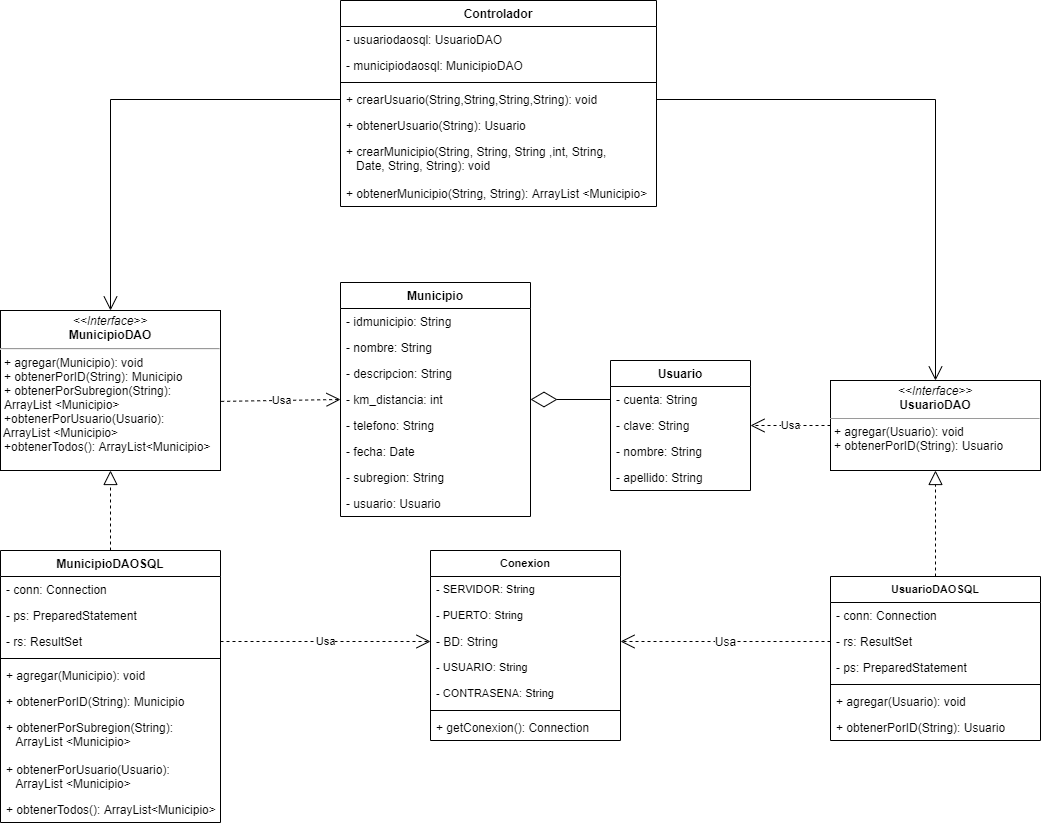
Andres0x90/WebMunicipiosTuristicos keeps this draw.io diagram as diagrama de clases.png. Above is the earlier version. Source tidied: cells renumbered, new cells last; positions are measured from the earlier drawing's top-left corner, leaving out a move shared by most shapes.
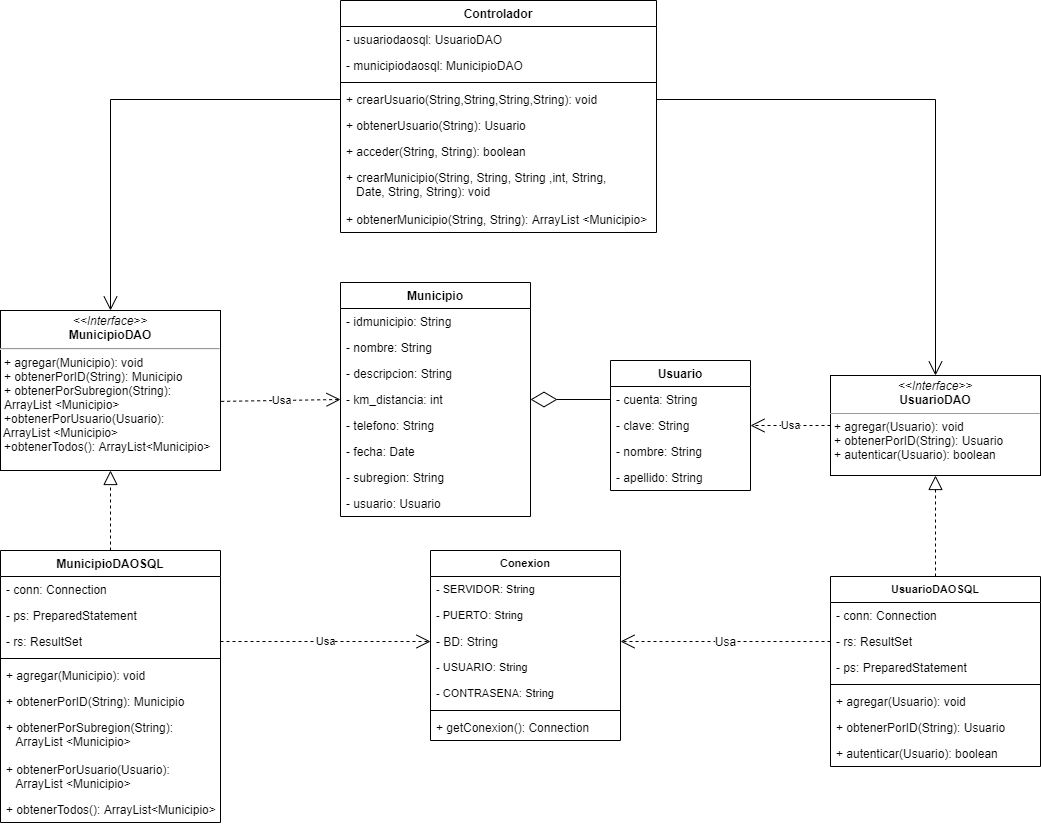
The same file after the commit.

Commit message:
Diagrama de clases modificado V2

The edit, as a diff of the source:
```diff
@@ -50,8 +50,8 @@
     <mxCell id="17" value="Usa" style="endArrow=open;endSize=12;dashed=1;html=1;exitX=1.003;exitY=0.568;exitDx=0;exitDy=0;exitPerimeter=0;entryX=0;entryY=0.5;entryDx=0;entryDy=0;" parent="1" edge="1" source="11" target="6">
       <mxGeometry relative="1" as="geometry" />
     </mxCell>
-    <mxCell id="18" value="&lt;p style=&quot;margin: 0px ; margin-top: 4px ; text-align: center&quot;&gt;&lt;i&gt;&amp;lt;&amp;lt;Interface&amp;gt;&amp;gt;&lt;/i&gt;&lt;br&gt;&lt;b&gt;UsuarioDAO&lt;/b&gt;&lt;/p&gt;&lt;hr size=&quot;1&quot;&gt;&lt;p style=&quot;margin: 0px ; margin-left: 4px&quot;&gt;+ agregar(Usuario): void&lt;br&gt;+ obtenerPorID(String): Usuario&lt;/p&gt;" style="verticalAlign=top;align=left;overflow=fill;fontSize=12;fontFamily=Helvetica;html=1;" parent="1" vertex="1">
-      <mxGeometry x="830" y="380" width="210" height="90" as="geometry" />
+    <mxCell id="18" value="&lt;p style=&quot;margin: 0px ; margin-top: 4px ; text-align: center&quot;&gt;&lt;i&gt;&amp;lt;&amp;lt;Interface&amp;gt;&amp;gt;&lt;/i&gt;&lt;br&gt;&lt;b&gt;UsuarioDAO&lt;/b&gt;&lt;/p&gt;&lt;hr size=&quot;1&quot;&gt;&lt;p style=&quot;margin: 0px ; margin-left: 4px&quot;&gt;+ agregar(Usuario): void&lt;br&gt;+ obtenerPorID(String): Usuario&lt;/p&gt;&lt;p style=&quot;margin: 0px ; margin-left: 4px&quot;&gt;+ autenticar(Usuario): boolean&lt;/p&gt;" style="verticalAlign=top;align=left;overflow=fill;fontSize=12;fontFamily=Helvetica;html=1;" parent="1" vertex="1">
+      <mxGeometry x="830" y="375" width="210" height="100" as="geometry" />
     </mxCell>
     <mxCell id="19" value="MunicipioDAOSQL" style="swimlane;fontStyle=1;horizontal=1;startSize=26;fillColor=none;" parent="1" vertex="1">
       <mxGeometry y="550" width="220" height="272" as="geometry" />
@@ -120,7 +120,7 @@
       <mxGeometry relative="1" as="geometry" />
     </mxCell>
     <mxCell id="41" value="UsuarioDAOSQL" style="swimlane;fontStyle=1;align=center;verticalAlign=top;horizontal=1;startSize=26;fontSize=11;" parent="1" vertex="1">
-      <mxGeometry x="830" y="576" width="210" height="164" as="geometry" />
+      <mxGeometry x="830" y="576" width="210" height="190" as="geometry" />
     </mxCell>
     <mxCell id="42" value="- conn: Connection" style="text;strokeColor=none;fillColor=none;align=left;verticalAlign=top;spacingLeft=4;spacingRight=4;overflow=hidden;fontSize=12;" parent="41" vertex="1">
       <mxGeometry y="26" width="210" height="26" as="geometry" />
@@ -140,6 +140,9 @@
     <mxCell id="47" value="+ obtenerPorID(String): Usuario" style="text;strokeColor=none;fillColor=none;align=left;verticalAlign=top;spacingLeft=4;spacingRight=4;overflow=hidden;fontSize=12;" parent="41" vertex="1">
       <mxGeometry y="138" width="210" height="26" as="geometry" />
     </mxCell>
+    <mxCell id="60" value="+ autenticar(Usuario): boolean" style="text;strokeColor=none;fillColor=none;align=left;verticalAlign=top;spacingLeft=4;spacingRight=4;overflow=hidden;" parent="41" vertex="1">
+      <mxGeometry y="164" width="210" height="26" as="geometry" />
+    </mxCell>
     <mxCell id="48" style="endArrow=block;dashed=1;endFill=0;endSize=12;html=1;fontSize=12;entryX=0.5;entryY=1;entryDx=0;entryDy=0;exitX=0.5;exitY=0;exitDx=0;exitDy=0;" parent="1" edge="1" source="41" target="18">
       <mxGeometry relative="1" as="geometry" />
     </mxCell>
@@ -147,7 +150,7 @@
       <mxGeometry relative="1" as="geometry" />
     </mxCell>
     <mxCell id="50" value="Controlador" style="swimlane;fontStyle=1;align=center;verticalAlign=top;horizontal=1;startSize=26;fontSize=12;" parent="1" vertex="1">
-      <mxGeometry x="340" width="316" height="206" as="geometry" />
+      <mxGeometry x="340" width="316" height="232" as="geometry" />
     </mxCell>
     <mxCell id="51" value="- usuariodaosql: UsuarioDAO" style="text;strokeColor=none;fillColor=none;align=left;verticalAlign=top;spacingLeft=4;spacingRight=4;overflow=hidden;" parent="50" vertex="1">
       <mxGeometry y="26" width="316" height="26" as="geometry" />
@@ -164,11 +167,14 @@
     <mxCell id="55" value="+ obtenerUsuario(String): Usuario" style="text;strokeColor=none;fillColor=none;align=left;verticalAlign=top;spacingLeft=4;spacingRight=4;overflow=hidden;glass=0;fontSize=12;" parent="50" vertex="1">
       <mxGeometry y="112" width="316" height="26" as="geometry" />
     </mxCell>
+    <mxCell id="61" value="+ acceder(String, String): boolean" style="text;strokeColor=none;fillColor=none;align=left;verticalAlign=top;spacingLeft=4;spacingRight=4;overflow=hidden;" parent="50" vertex="1">
+      <mxGeometry y="138" width="316" height="26" as="geometry" />
+    </mxCell>
     <mxCell id="56" value="+ crearMunicipio(String, String, String ,int, String,&#10;   Date, String, String): void" style="text;strokeColor=none;fillColor=none;align=left;verticalAlign=top;spacingLeft=4;spacingRight=4;overflow=hidden;glass=0;fontSize=12;" parent="50" vertex="1">
-      <mxGeometry y="138" width="316" height="42" as="geometry" />
+      <mxGeometry y="164" width="316" height="42" as="geometry" />
     </mxCell>
     <mxCell id="57" value="+ obtenerMunicipio(String, String): ArrayList &lt;Municipio&gt;" style="text;strokeColor=none;fillColor=none;align=left;verticalAlign=top;spacingLeft=4;spacingRight=4;overflow=hidden;glass=0;fontSize=12;" parent="50" vertex="1">
-      <mxGeometry y="180" width="316" height="26" as="geometry" />
+      <mxGeometry y="206" width="316" height="26" as="geometry" />
     </mxCell>
     <mxCell id="58" style="endArrow=open;endFill=1;endSize=12;html=1;exitX=0;exitY=0.5;exitDx=0;exitDy=0;entryX=0.5;entryY=0;entryDx=0;entryDy=0;edgeStyle=orthogonalEdgeStyle;rounded=0;" parent="1" edge="1" source="54" target="11">
       <mxGeometry relative="1" as="geometry" />
```
